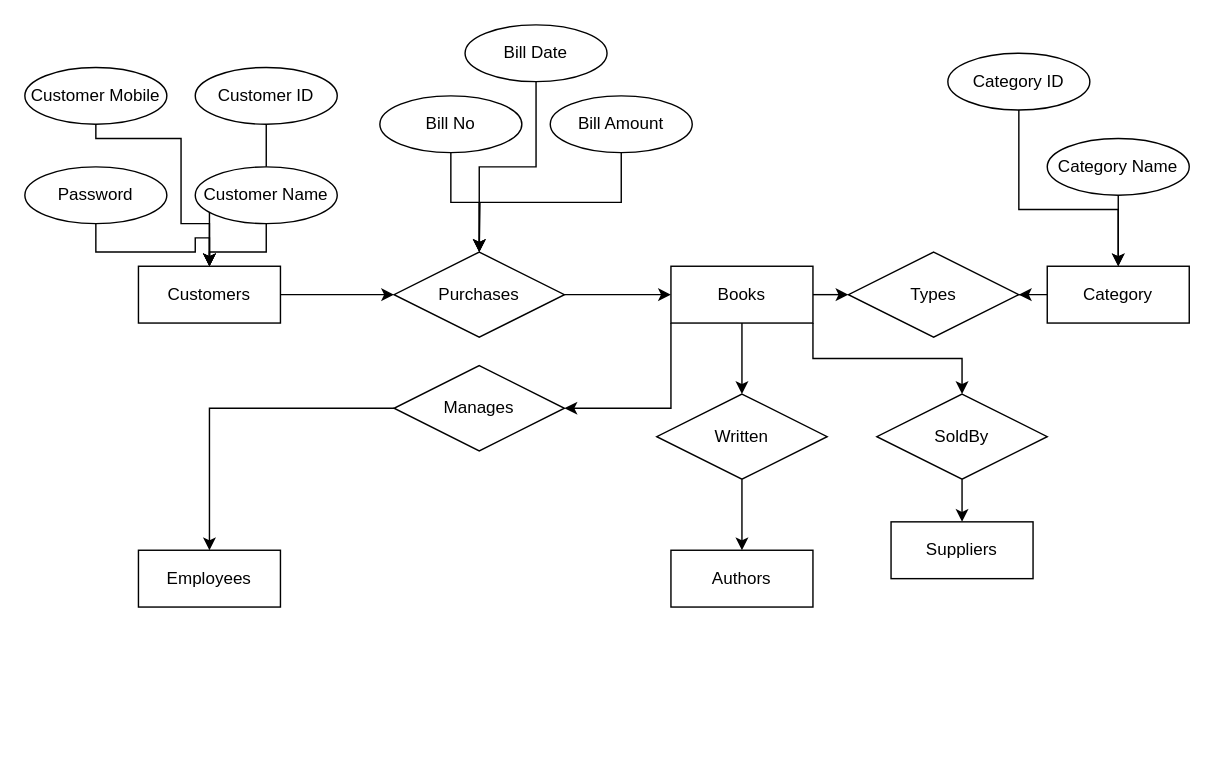
Earlier version of the draw.io diagram Online Book Store.drawio (Master-Bhavesh/ERDiagram). Source tidied: cells renumbered, new cells numbered last; positions are measured from the earlier drawing's top-left corner, leaving out a move shared by most shapes. Both pictures are drawn from the tidied source at 142%, with x=0, y=0 at pixel (24, 24).
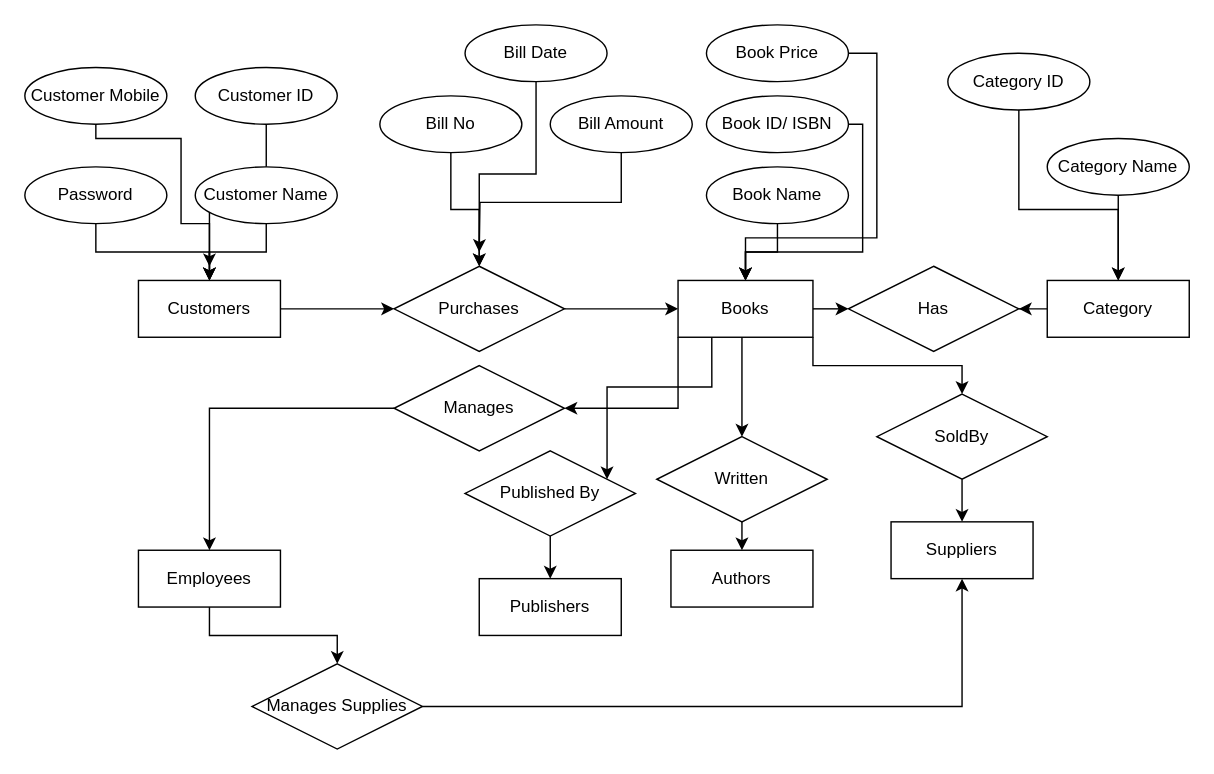
The same diagram, later.

Unchanged cells that the change refers to:
```xml
<mxCell id="4" value="Employees" style="whiteSpace=wrap;html=1;align=center;" parent="1" vertex="1">
  <mxGeometry x="80" y="370" width="100" height="40" as="geometry" />
</mxCell>
<mxCell id="33" value="Suppliers" style="whiteSpace=wrap;html=1;align=center;" parent="1" vertex="1">
  <mxGeometry x="610" y="350" width="100" height="40" as="geometry" />
</mxCell>
```

The edit, as a diff of the source:
```diff
@@
     <mxCell id="3" value="Customers" style="whiteSpace=wrap;html=1;align=center;" parent="1" vertex="1">
-      <mxGeometry x="80" y="170" width="100" height="40" as="geometry" />
+      <mxGeometry x="80" y="180" width="100" height="40" as="geometry" />
     </mxCell>
+    <mxCell id="41" style="edgeStyle=orthogonalEdgeStyle;rounded=0;jettySize=auto;html=1;" parent="1" edge="1" source="4" target="45">
+      <mxGeometry relative="1" as="geometry" />
+    </mxCell>
@@
     <mxCell id="5" style="edgeStyle=orthogonalEdgeStyle;rounded=0;jettySize=auto;html=1;exitX=0.5;exitY=1;exitDx=0;exitDy=0;" parent="1" edge="1" source="9" target="20">
-      <mxGeometry relative="1" as="geometry" />
+      <mxGeometry relative="1" as="geometry">
+        <Array as="points">
+          <mxPoint x="505" y="210" />
+        </Array>
+      </mxGeometry>
     </mxCell>
@@
+    <mxCell id="42" style="edgeStyle=orthogonalEdgeStyle;rounded=0;jettySize=auto;html=1;exitX=0.25;exitY=1;exitDx=0;exitDy=0;" parent="1" edge="1" source="9" target="47">
+      <mxGeometry relative="1" as="geometry">
+        <Array as="points">
+          <mxPoint x="484" y="255" />
+          <mxPoint x="410" y="255" />
+        </Array>
+      </mxGeometry>
+    </mxCell>
     <mxCell id="9" value="Books" style="whiteSpace=wrap;html=1;align=center;" parent="1" vertex="1">
-      <mxGeometry x="455" y="170" width="100" height="40" as="geometry" />
+      <mxGeometry x="460" y="180" width="95" height="40" as="geometry" />
     </mxCell>
@@
     <mxCell id="11" value="Category" style="whiteSpace=wrap;html=1;align=center;" parent="1" vertex="1">
-      <mxGeometry x="720" y="170" width="100" height="40" as="geometry" />
+      <mxGeometry x="720" y="180" width="100" height="40" as="geometry" />
     </mxCell>
@@
     <mxCell id="16" value="Purchases" style="shape=rhombus;perimeter=rhombusPerimeter;whiteSpace=wrap;html=1;align=center;" parent="1" vertex="1">
-      <mxGeometry x="260" y="160" width="120" height="60" as="geometry" />
+      <mxGeometry x="260" y="170" width="120" height="60" as="geometry" />
     </mxCell>
@@
     <mxCell id="20" value="Written" style="shape=rhombus;perimeter=rhombusPerimeter;whiteSpace=wrap;html=1;align=center;" parent="1" vertex="1">
-      <mxGeometry x="445" y="260" width="120" height="60" as="geometry" />
+      <mxGeometry x="445" y="290" width="120" height="60" as="geometry" />
     </mxCell>
@@
-    <mxCell id="34" value="Types" style="shape=rhombus;perimeter=rhombusPerimeter;whiteSpace=wrap;html=1;align=center;rotation=0;" parent="1" vertex="1">
-      <mxGeometry x="580" y="160" width="120" height="60" as="geometry" />
+    <mxCell id="34" value="Has" style="shape=rhombus;perimeter=rhombusPerimeter;whiteSpace=wrap;html=1;align=center;rotation=0;" parent="1" vertex="1">
+      <mxGeometry x="580" y="170" width="120" height="60" as="geometry" />
     </mxCell>
@@
+    <mxCell id="43" value="Publishers" style="whiteSpace=wrap;html=1;align=center;" parent="1" vertex="1">
+      <mxGeometry x="320" y="390" width="100" height="40" as="geometry" />
+    </mxCell>
+    <mxCell id="44" style="edgeStyle=orthogonalEdgeStyle;rounded=0;jettySize=auto;html=1;exitX=1;exitY=0.5;exitDx=0;exitDy=0;entryX=0.5;entryY=1;entryDx=0;entryDy=0;" parent="1" edge="1" source="45" target="33">
+      <mxGeometry relative="1" as="geometry" />
+    </mxCell>
+    <mxCell id="45" value="Manages Supplies" style="shape=rhombus;perimeter=rhombusPerimeter;whiteSpace=wrap;html=1;align=center;" parent="1" vertex="1">
+      <mxGeometry x="160" y="450" width="120" height="60" as="geometry" />
+    </mxCell>
+    <mxCell id="46" style="edgeStyle=orthogonalEdgeStyle;rounded=0;jettySize=auto;html=1;" parent="1" edge="1" source="47" target="43">
+      <mxGeometry relative="1" as="geometry" />
+    </mxCell>
+    <mxCell id="47" value="Published By" style="shape=rhombus;perimeter=rhombusPerimeter;whiteSpace=wrap;html=1;align=center;" parent="1" vertex="1">
+      <mxGeometry x="310" y="300" width="120" height="60" as="geometry" />
+    </mxCell>
+    <mxCell id="48" style="edgeStyle=orthogonalEdgeStyle;rounded=0;jettySize=auto;html=1;exitX=1;exitY=0.5;exitDx=0;exitDy=0;entryX=0.5;entryY=0;entryDx=0;entryDy=0;" parent="1" edge="1" source="49" target="9">
+      <mxGeometry relative="1" as="geometry">
+        <Array as="points">
+          <mxPoint x="600" y="20" />
+          <mxPoint x="600" y="150" />
+          <mxPoint x="508" y="150" />
+        </Array>
+      </mxGeometry>
+    </mxCell>
+    <mxCell id="49" value="Book Price" style="ellipse;whiteSpace=wrap;html=1;align=center;" parent="1" vertex="1">
+      <mxGeometry x="480" width="100" height="40" as="geometry" />
+    </mxCell>
+    <mxCell id="50" style="edgeStyle=orthogonalEdgeStyle;rounded=0;jettySize=auto;html=1;exitX=1;exitY=0.5;exitDx=0;exitDy=0;entryX=0.5;entryY=0;entryDx=0;entryDy=0;" parent="1" edge="1" source="51" target="9">
+      <mxGeometry relative="1" as="geometry">
+        <Array as="points">
+          <mxPoint x="590" y="70" />
+          <mxPoint x="590" y="160" />
+          <mxPoint x="508" y="160" />
+        </Array>
+      </mxGeometry>
+    </mxCell>
+    <mxCell id="51" value="Book ID/ ISBN" style="ellipse;whiteSpace=wrap;html=1;align=center;" parent="1" vertex="1">
+      <mxGeometry x="480" y="50" width="100" height="40" as="geometry" />
+    </mxCell>
+    <mxCell id="52" style="edgeStyle=orthogonalEdgeStyle;rounded=0;jettySize=auto;html=1;exitX=0.5;exitY=1;exitDx=0;exitDy=0;entryX=0.5;entryY=0;entryDx=0;entryDy=0;" parent="1" edge="1" source="53" target="9">
+      <mxGeometry relative="1" as="geometry" />
+    </mxCell>
+    <mxCell id="53" value="Book Name" style="ellipse;whiteSpace=wrap;html=1;align=center;" parent="1" vertex="1">
+      <mxGeometry x="480" y="100" width="100" height="40" as="geometry" />
+    </mxCell>
```
